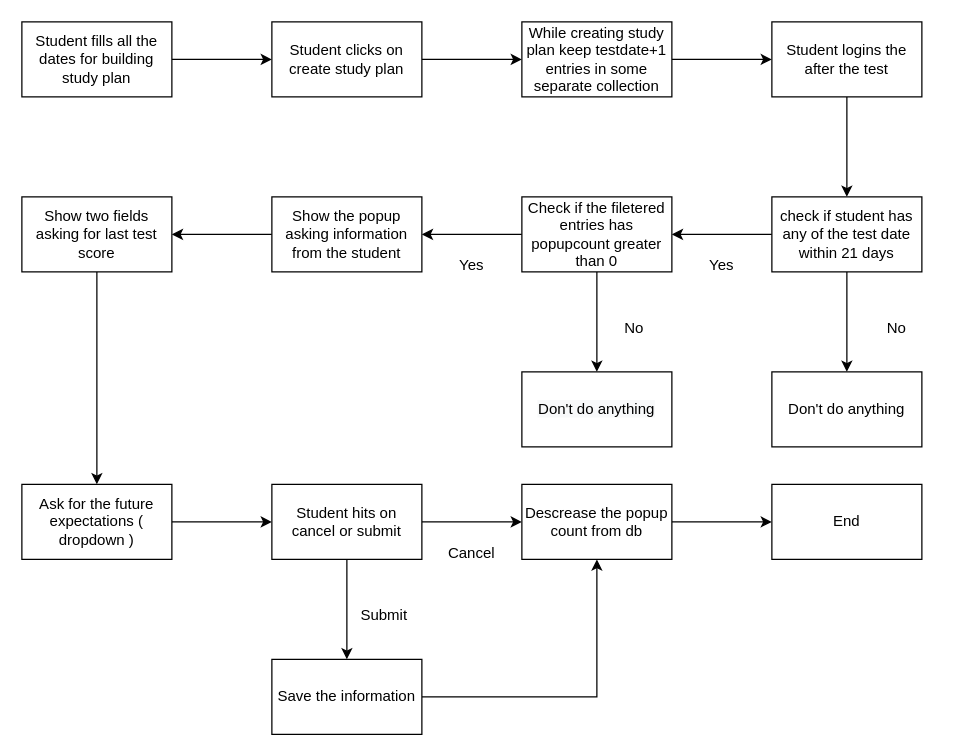
This is newtest.drawio from geekyoperand/test, a draw.io file, before an edit. Source tidied: cells renumbered, new cells numbered last; positions are measured from the earlier drawing's top-left corner, leaving out a move shared by most shapes. Both pictures are drawn from the tidied source at 125%, with x=0, y=0 at pixel (21, 21).
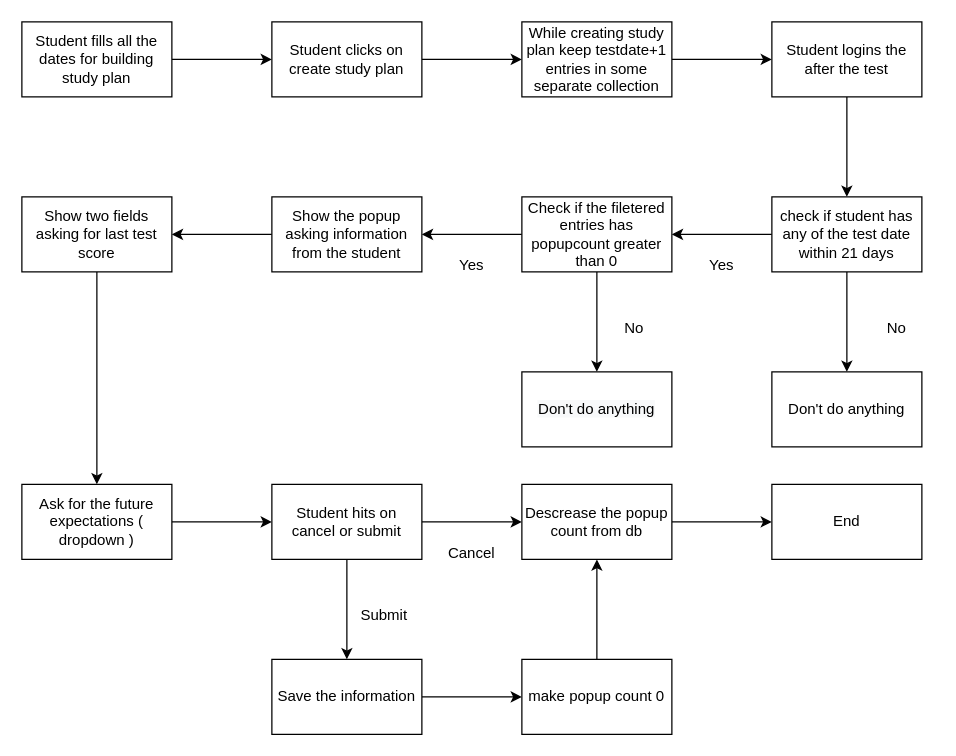
Above is the later version.

The change refers to these unchanged cells:
```xml
<mxCell id="28" value="Save the information" style="whiteSpace=wrap;html=1;rounded=0;" parent="1" vertex="1">
  <mxGeometry x="200" y="510" width="120" height="60" as="geometry" />
</mxCell>
<mxCell id="30" value="Descrease the popup count from db" style="whiteSpace=wrap;html=1;rounded=0;" parent="1" vertex="1">
  <mxGeometry x="400" y="370" width="120" height="60" as="geometry" />
</mxCell>
```

What changed in the source:
```diff
@@
-    <mxCell id="27" style="edgeStyle=orthogonalEdgeStyle;rounded=0;jettySize=auto;html=1;entryX=0.5;entryY=1;entryDx=0;entryDy=0;" parent="1" edge="1" source="28" target="30">
-      <mxGeometry relative="1" as="geometry" />
-    </mxCell>
+    <mxCell id="38" style="edgeStyle=orthogonalEdgeStyle;rounded=0;jettySize=auto;html=1;" parent="1" edge="1" source="28">
+      <mxGeometry relative="1" as="geometry">
+        <mxPoint x="400" y="540" as="targetPoint" />
+      </mxGeometry>
+    </mxCell>
@@
+    <mxCell id="39" style="edgeStyle=orthogonalEdgeStyle;rounded=0;jettySize=auto;html=1;" parent="1" edge="1" source="40">
+      <mxGeometry relative="1" as="geometry">
+        <mxPoint x="460" y="430" as="targetPoint" />
+      </mxGeometry>
+    </mxCell>
+    <mxCell id="40" value="make popup count 0" style="whiteSpace=wrap;html=1;rounded=0;" parent="1" vertex="1">
+      <mxGeometry x="400" y="510" width="120" height="60" as="geometry" />
+    </mxCell>
```
